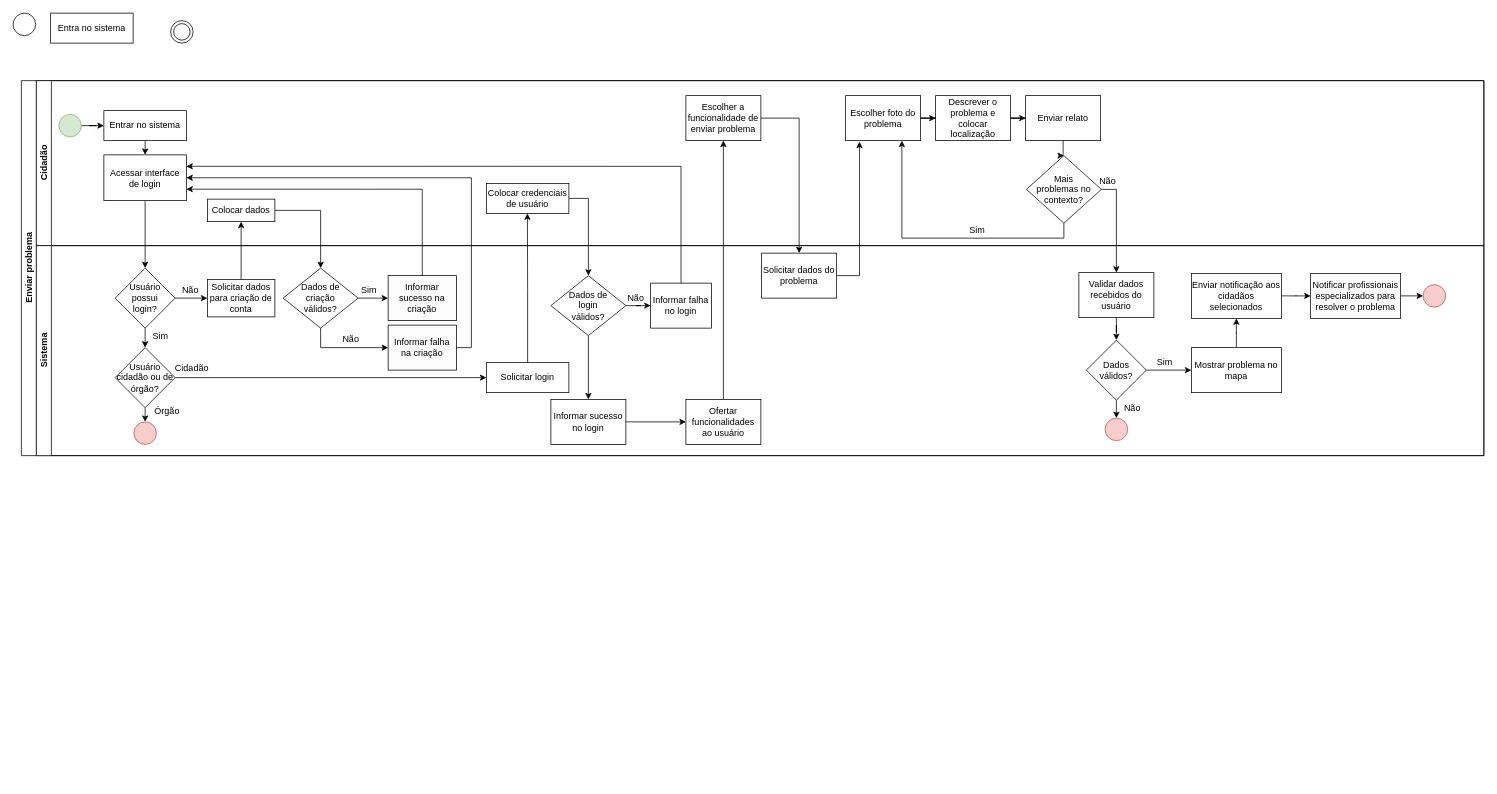
Above: bpmn1.drawio in thomz2/trabalho-final-aps (draw.io), before the change. Source tidied: cells renumbered, new cells numbered last; positions are measured from the earlier drawing's top-left corner, leaving out a move shared by most shapes. Both pictures are drawn from the tidied source at 75%, with x=0, y=0 at pixel (13, 13).
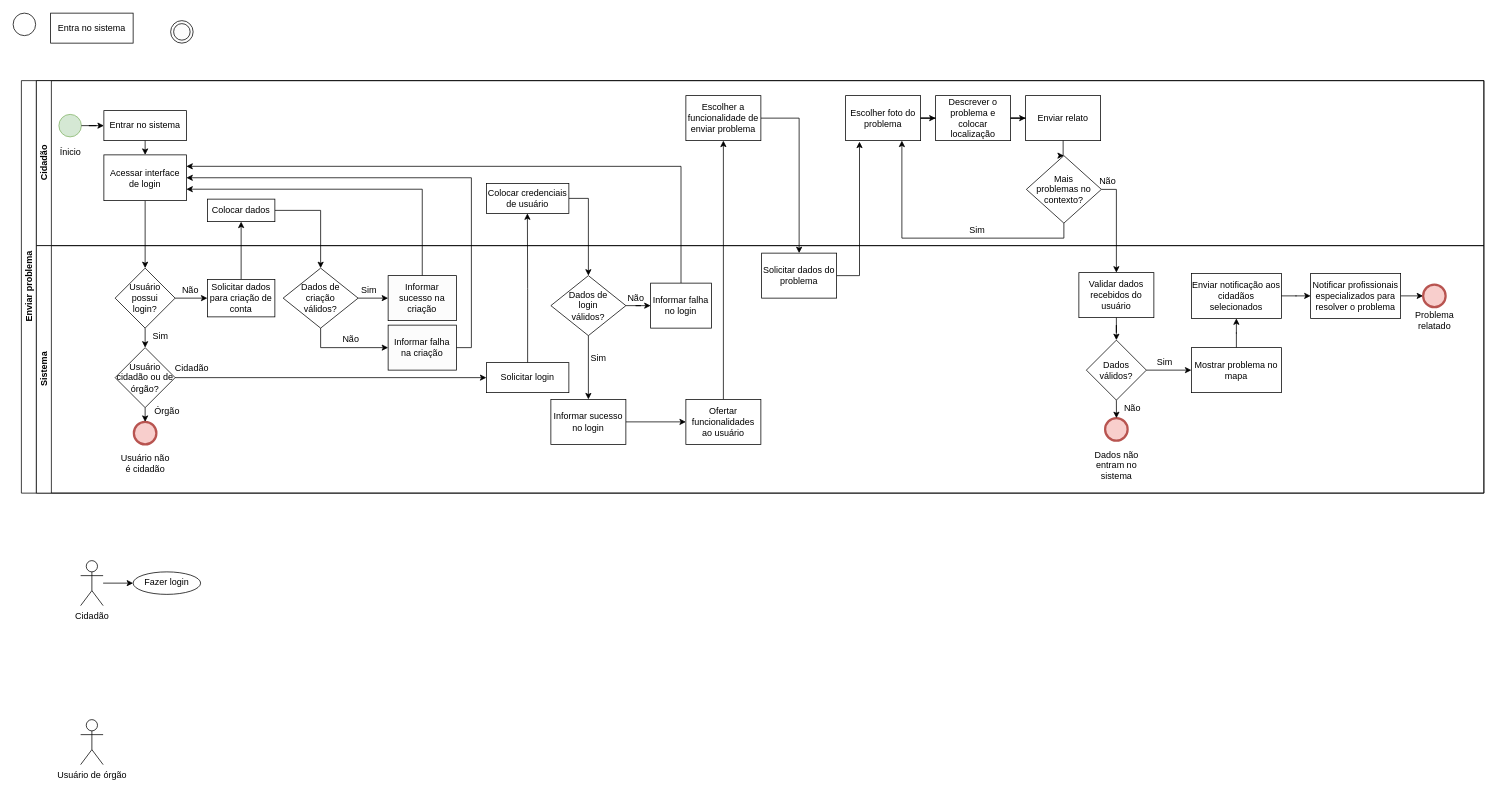
The same page after the edit.

Unchanged cells that the change refers to:
```xml
<mxCell id="13" value="Cidadão" style="swimlane;html=1;startSize=20;horizontal=0;" parent="2" vertex="1">
  <mxGeometry x="20" width="1930" height="220" as="geometry" />
</mxCell>
```

Diff of the diagram source:
```diff
@@
     <mxCell id="2" value="Enviar problema" style="swimlane;html=1;horizontal=0;startSize=20;" parent="1" vertex="1">
-      <mxGeometry x="11" y="90" width="1950" height="500" as="geometry" />
+      <mxGeometry x="11" y="90" width="1950" height="550" as="geometry" />
     </mxCell>
@@
+    <mxCell id="82" value="Ínicio" style="text;html=1;align=center;verticalAlign=middle;strokeColor=none;fillColor=none;" parent="13" vertex="1">
+      <mxGeometry x="20" y="80" width="50" height="30" as="geometry" />
+    </mxCell>
     <mxCell id="30" value="Sistema" style="swimlane;html=1;startSize=20;horizontal=0;" parent="2" vertex="1">
-      <mxGeometry x="20" y="220" width="1930" height="280" as="geometry" />
+      <mxGeometry x="20" y="220" width="1930" height="330" as="geometry" />
     </mxCell>
@@
-    <mxCell id="32" style="ellipse;whiteSpace=wrap;html=1;fillColor=#f8cecc;strokeColor=#b85450;" parent="30" vertex="1">
+    <mxCell id="32" style="ellipse;whiteSpace=wrap;html=1;fillColor=#f8cecc;strokeColor=#b85450;strokeWidth=3;" parent="30" vertex="1">
       <mxGeometry x="130" y="235" width="30" height="30" as="geometry" />
     </mxCell>
@@
-    <mxCell id="61" style="ellipse;whiteSpace=wrap;html=1;fillColor=#f8cecc;strokeColor=#b85450;" parent="30" vertex="1">
+    <mxCell id="61" style="ellipse;whiteSpace=wrap;html=1;fillColor=#f8cecc;strokeColor=#b85450;strokeWidth=3;" parent="30" vertex="1">
       <mxGeometry x="1425" y="230" width="30" height="30" as="geometry" />
     </mxCell>
@@
-    <mxCell id="67" style="ellipse;whiteSpace=wrap;html=1;fillColor=#f8cecc;strokeColor=#b85450;" parent="30" vertex="1">
+    <mxCell id="67" style="ellipse;whiteSpace=wrap;html=1;fillColor=#f8cecc;strokeColor=#b85450;strokeWidth=3;" parent="30" vertex="1">
       <mxGeometry x="1849" y="52" width="30" height="30" as="geometry" />
     </mxCell>
+    <mxCell id="83" value="Usuário não &lt;br&gt;é cidadão" style="text;html=1;align=center;verticalAlign=middle;strokeColor=none;fillColor=none;" parent="30" vertex="1">
+      <mxGeometry x="100" y="270" width="90" height="40" as="geometry" />
+    </mxCell>
+    <mxCell id="84" value="Dados não&lt;br&gt;entram no &lt;br&gt;sistema" style="text;html=1;align=center;verticalAlign=middle;strokeColor=none;fillColor=none;" parent="30" vertex="1">
+      <mxGeometry x="1400" y="263" width="80" height="60" as="geometry" />
+    </mxCell>
+    <mxCell id="85" value="Problema&lt;br&gt;relatado" style="text;html=1;align=center;verticalAlign=middle;strokeColor=none;fillColor=none;" parent="30" vertex="1">
+      <mxGeometry x="1829" y="80" width="70" height="40" as="geometry" />
+    </mxCell>
@@
+    <mxCell id="86" style="edgeStyle=orthogonalEdgeStyle;rounded=0;jettySize=auto;html=1;" parent="1" edge="1" source="87" target="90">
+      <mxGeometry relative="1" as="geometry" />
+    </mxCell>
+    <mxCell id="87" value="Cidadão" style="shape=umlActor;verticalLabelPosition=bottom;verticalAlign=top;html=1;outlineConnect=0;" parent="1" vertex="1">
+      <mxGeometry x="90" y="730" width="30" height="60" as="geometry" />
+    </mxCell>
+    <mxCell id="88" value="Usuário de órgão" style="shape=umlActor;verticalLabelPosition=bottom;verticalAlign=top;html=1;" parent="1" vertex="1">
+      <mxGeometry x="90" y="942" width="30" height="60" as="geometry" />
+    </mxCell>
+    <mxCell id="89" value="Sim" style="text;html=1;align=center;verticalAlign=middle;strokeColor=none;fillColor=none;" parent="1" vertex="1">
+      <mxGeometry x="760" y="445" width="40" height="30" as="geometry" />
+    </mxCell>
+    <mxCell id="90" value="Fazer login" style="ellipse;whiteSpace=wrap;html=1;verticalAlign=top;" parent="1" vertex="1">
+      <mxGeometry x="160" y="745" width="90" height="30" as="geometry" />
+    </mxCell>
```
